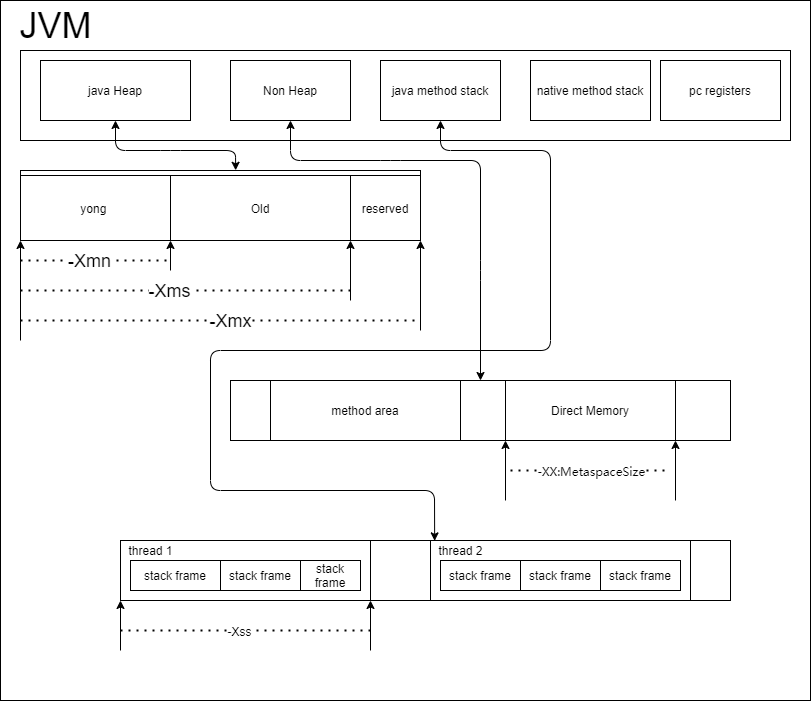
Above: Week_01/image/JVM_parameter.png in 019caoyu/JAVA-01 (draw.io), before the change. Source tidied: cells renumbered, new cells last; positions are measured from the earlier drawing's top-left corner, leaving out a move shared by most shapes. Its diagram source:
```xml
<mxGraphModel>
  <root>
    <mxCell id="0" />
    <mxCell id="1" parent="0" />
    <mxCell id="2" style="rounded=0;whiteSpace=wrap;html=1;" parent="1" vertex="1">
      <mxGeometry x="10" y="110" width="300" height="120" as="geometry" />
    </mxCell>
    <mxCell id="3" style="rounded=0;whiteSpace=wrap;html=1;" parent="1" vertex="1">
      <mxGeometry x="10" y="120" width="310" height="120" as="geometry" />
    </mxCell>
    <mxCell id="4" style="rounded=0;whiteSpace=wrap;html=1;" parent="1" vertex="1">
      <mxGeometry width="810" height="700" as="geometry" />
    </mxCell>
    <mxCell id="5" value="&lt;font style=&quot;font-size: 36px&quot;&gt;JVM&lt;/font&gt;" style="text;html=1;align=center;verticalAlign=middle;fillColor=none;strokeColor=none;rounded=0;" parent="1" vertex="1">
      <mxGeometry x="10" y="10" width="90" height="30" as="geometry" />
    </mxCell>
    <mxCell id="6" style="rounded=0;whiteSpace=wrap;html=1;" parent="1" vertex="1">
      <mxGeometry x="20" y="50" width="770" height="90" as="geometry" />
    </mxCell>
    <mxCell id="7" value="java Heap" style="rounded=0;whiteSpace=wrap;html=1;" parent="1" vertex="1">
      <mxGeometry x="40" y="60" width="150" height="60" as="geometry" />
    </mxCell>
    <mxCell id="8" value="Non Heap" style="rounded=0;whiteSpace=wrap;html=1;" parent="1" vertex="1">
      <mxGeometry x="230" y="60" width="120" height="60" as="geometry" />
    </mxCell>
    <mxCell id="9" value="java method stack" style="rounded=0;whiteSpace=wrap;html=1;" parent="1" vertex="1">
      <mxGeometry x="380" y="60" width="120" height="60" as="geometry" />
    </mxCell>
    <mxCell id="10" value="native method stack" style="rounded=0;whiteSpace=wrap;html=1;" parent="1" vertex="1">
      <mxGeometry x="530" y="60" width="120" height="60" as="geometry" />
    </mxCell>
    <mxCell id="11" value="pc registers" style="rounded=0;whiteSpace=wrap;html=1;" parent="1" vertex="1">
      <mxGeometry x="660" y="60" width="120" height="60" as="geometry" />
    </mxCell>
    <mxCell id="12" style="rounded=0;whiteSpace=wrap;html=1;" parent="1" vertex="1">
      <mxGeometry x="20" y="170" width="400" height="70" as="geometry" />
    </mxCell>
    <mxCell id="13" value="yong&amp;nbsp;" style="rounded=0;whiteSpace=wrap;html=1;" parent="1" vertex="1">
      <mxGeometry x="20" y="175" width="150" height="65" as="geometry" />
    </mxCell>
    <mxCell id="14" value="Old" style="rounded=0;whiteSpace=wrap;html=1;" parent="1" vertex="1">
      <mxGeometry x="170" y="175" width="180" height="65" as="geometry" />
    </mxCell>
    <mxCell id="15" style="endArrow=none;dashed=1;html=1;dashPattern=1 3;strokeWidth=2;" parent="1" edge="1">
      <mxGeometry relative="1" as="geometry">
        <mxPoint x="20" y="320" as="sourcePoint" />
        <mxPoint x="420" y="320" as="targetPoint" />
      </mxGeometry>
    </mxCell>
    <mxCell id="16" value="&lt;font style=&quot;font-size: 18px&quot;&gt;-Xmx&lt;/font&gt;" style="edgeLabel;html=1;align=center;verticalAlign=middle;" parent="15" vertex="1">
      <mxGeometry x="-0.14" y="-1" relative="1" as="geometry">
        <mxPoint x="38.7" y="-1" as="offset" />
      </mxGeometry>
    </mxCell>
    <mxCell id="17" style="endArrow=none;dashed=1;html=1;dashPattern=1 3;strokeWidth=2;" parent="1" edge="1">
      <mxGeometry relative="1" as="geometry">
        <mxPoint x="20" y="290" as="sourcePoint" />
        <mxPoint x="350" y="290" as="targetPoint" />
      </mxGeometry>
    </mxCell>
    <mxCell id="18" value="&lt;font style=&quot;font-size: 18px&quot;&gt;-Xms&lt;/font&gt;" style="edgeLabel;html=1;align=center;verticalAlign=middle;" parent="17" vertex="1">
      <mxGeometry x="-0.1" y="-3" relative="1" as="geometry">
        <mxPoint y="-3" as="offset" />
      </mxGeometry>
    </mxCell>
    <mxCell id="19" style="endArrow=none;dashed=1;html=1;dashPattern=1 3;strokeWidth=2;" parent="1" edge="1">
      <mxGeometry relative="1" as="geometry">
        <mxPoint x="20" y="260" as="sourcePoint" />
        <mxPoint x="170" y="260" as="targetPoint" />
      </mxGeometry>
    </mxCell>
    <mxCell id="20" value="&lt;font style=&quot;font-size: 18px&quot;&gt;-Xmn&lt;/font&gt;" style="edgeLabel;html=1;align=center;verticalAlign=middle;" parent="19" vertex="1">
      <mxGeometry x="-0.1" y="-3" relative="1" as="geometry">
        <mxPoint x="1" y="-3" as="offset" />
      </mxGeometry>
    </mxCell>
    <mxCell id="21" style="endArrow=classic;html=1;entryX=0;entryY=1;entryDx=0;entryDy=0;" parent="1" edge="1" target="12">
      <mxGeometry relative="1" as="geometry">
        <mxPoint x="20" y="340" as="sourcePoint" />
      </mxGeometry>
    </mxCell>
    <mxCell id="22" style="endArrow=classic;html=1;" parent="1" edge="1">
      <mxGeometry relative="1" as="geometry">
        <mxPoint x="420" y="330" as="sourcePoint" />
        <mxPoint x="420" y="240" as="targetPoint" />
      </mxGeometry>
    </mxCell>
    <mxCell id="23" style="endArrow=classic;html=1;" parent="1" edge="1">
      <mxGeometry relative="1" as="geometry">
        <mxPoint x="350" y="300" as="sourcePoint" />
        <mxPoint x="350" y="240" as="targetPoint" />
      </mxGeometry>
    </mxCell>
    <mxCell id="24" style="endArrow=classic;html=1;entryX=0;entryY=1;entryDx=0;entryDy=0;" parent="1" edge="1" target="14">
      <mxGeometry relative="1" as="geometry">
        <mxPoint x="170" y="270" as="sourcePoint" />
      </mxGeometry>
    </mxCell>
    <mxCell id="25" style="rounded=0;whiteSpace=wrap;html=1;" parent="1" vertex="1">
      <mxGeometry x="230" y="380" width="500" height="60" as="geometry" />
    </mxCell>
    <mxCell id="26" style="endArrow=classic;startArrow=classic;html=1;entryX=0.5;entryY=1;entryDx=0;entryDy=0;" parent="1" edge="1" target="8">
      <mxGeometry relative="1" as="geometry">
        <mxPoint x="480" y="380" as="sourcePoint" />
        <Array as="points">
          <mxPoint x="480" y="270" />
          <mxPoint x="480" y="160" />
          <mxPoint x="390" y="160" />
          <mxPoint x="290" y="160" />
        </Array>
      </mxGeometry>
    </mxCell>
    <mxCell id="27" style="endArrow=classic;startArrow=classic;html=1;entryX=0.5;entryY=1;entryDx=0;entryDy=0;exitX=0.362;exitY=-0.08;exitDx=0;exitDy=0;exitPerimeter=0;" parent="1" edge="1" source="14" target="7">
      <mxGeometry relative="1" as="geometry">
        <Array as="points">
          <mxPoint x="235" y="150" />
          <mxPoint x="170" y="150" />
          <mxPoint x="115" y="150" />
        </Array>
      </mxGeometry>
    </mxCell>
    <mxCell id="28" value="method area" style="rounded=0;whiteSpace=wrap;html=1;" parent="1" vertex="1">
      <mxGeometry x="270" y="380" width="190" height="60" as="geometry" />
    </mxCell>
    <mxCell id="29" value="Direct Memory" style="rounded=0;whiteSpace=wrap;html=1;" parent="1" vertex="1">
      <mxGeometry x="505" y="380" width="170" height="60" as="geometry" />
    </mxCell>
    <mxCell id="30" style="endArrow=classic;html=1;entryX=0;entryY=1;entryDx=0;entryDy=0;" parent="1" edge="1">
      <mxGeometry relative="1" as="geometry">
        <mxPoint x="505" y="500" as="sourcePoint" />
        <mxPoint x="505" y="440" as="targetPoint" />
      </mxGeometry>
    </mxCell>
    <mxCell id="31" style="endArrow=classic;html=1;entryX=0;entryY=1;entryDx=0;entryDy=0;" parent="1" edge="1">
      <mxGeometry relative="1" as="geometry">
        <mxPoint x="675" y="500" as="sourcePoint" />
        <mxPoint x="675" y="440" as="targetPoint" />
      </mxGeometry>
    </mxCell>
    <mxCell id="32" style="endArrow=none;dashed=1;html=1;dashPattern=1 3;strokeWidth=2;" parent="1" edge="1">
      <mxGeometry relative="1" as="geometry">
        <mxPoint x="510" y="470" as="sourcePoint" />
        <mxPoint x="670" y="470" as="targetPoint" />
      </mxGeometry>
    </mxCell>
    <mxCell id="33" value="&lt;font&gt;&lt;font style=&quot;font-size: 12px&quot;&gt;-&lt;span style=&quot;background-color: rgba(0 , 0 , 0 , 0) ; font-family: &amp;#34;microsoft yahei&amp;#34; , &amp;#34;stxihei&amp;#34; ; text-align: left&quot;&gt;XX:MetaspaceSize&lt;/span&gt;&lt;/font&gt;&lt;br&gt;&lt;/font&gt;" style="edgeLabel;html=1;align=center;verticalAlign=middle;" parent="32" vertex="1">
      <mxGeometry x="-0.14" y="-1" relative="1" as="geometry">
        <mxPoint x="11.3" y="-1" as="offset" />
      </mxGeometry>
    </mxCell>
    <mxCell id="34" style="rounded=0;whiteSpace=wrap;html=1;" parent="1" vertex="1">
      <mxGeometry x="120" y="540" width="610" height="60" as="geometry" />
    </mxCell>
    <mxCell id="35" style="endArrow=classic;startArrow=classic;html=1;exitX=0.515;exitY=0.006;exitDx=0;exitDy=0;exitPerimeter=0;" parent="1" edge="1" source="34">
      <mxGeometry relative="1" as="geometry">
        <mxPoint x="440" y="120" as="targetPoint" />
        <Array as="points">
          <mxPoint x="434" y="490" />
          <mxPoint x="210" y="490" />
          <mxPoint x="210" y="350" />
          <mxPoint x="550" y="350" />
          <mxPoint x="550" y="150" />
          <mxPoint x="440" y="150" />
          <mxPoint x="440" y="120" />
        </Array>
      </mxGeometry>
    </mxCell>
    <mxCell id="36" style="rounded=0;whiteSpace=wrap;html=1;" parent="1" vertex="1">
      <mxGeometry x="120" y="540" width="250" height="60" as="geometry" />
    </mxCell>
    <mxCell id="37" value="reserved" style="rounded=0;whiteSpace=wrap;html=1;" parent="1" vertex="1">
      <mxGeometry x="350" y="175" width="70" height="65" as="geometry" />
    </mxCell>
    <mxCell id="38" style="rounded=0;whiteSpace=wrap;html=1;" parent="1" vertex="1">
      <mxGeometry x="430" y="540" width="260" height="60" as="geometry" />
    </mxCell>
    <mxCell id="39" value="&lt;font style=&quot;font-size: 12px&quot;&gt;thread 1&lt;br&gt;&lt;/font&gt;" style="text;html=1;align=center;verticalAlign=middle;fillColor=none;strokeColor=none;rounded=0;" parent="1" vertex="1">
      <mxGeometry x="120" y="540" width="60" height="20" as="geometry" />
    </mxCell>
    <mxCell id="40" value="&lt;font style=&quot;font-size: 12px&quot;&gt;thread 2&lt;br&gt;&lt;/font&gt;" style="text;html=1;align=center;verticalAlign=middle;points=[];fillColor=none;strokeColor=none;rounded=0;" parent="1" vertex="1">
      <mxGeometry x="430" y="540" width="60" height="20" as="geometry" />
    </mxCell>
    <mxCell id="41" value="stack frame" style="rounded=0;whiteSpace=wrap;html=1;" parent="1" vertex="1">
      <mxGeometry x="130" y="560" width="90" height="30" as="geometry" />
    </mxCell>
    <mxCell id="42" value="stack frame" style="rounded=0;whiteSpace=wrap;html=1;" parent="1" vertex="1">
      <mxGeometry x="220" y="560" width="80" height="30" as="geometry" />
    </mxCell>
    <mxCell id="43" value="stack frame" style="rounded=0;whiteSpace=wrap;html=1;" parent="1" vertex="1">
      <mxGeometry x="300" y="560" width="60" height="30" as="geometry" />
    </mxCell>
    <mxCell id="44" value="stack frame" style="rounded=0;whiteSpace=wrap;html=1;" parent="1" vertex="1">
      <mxGeometry x="440" y="560" width="80" height="30" as="geometry" />
    </mxCell>
    <mxCell id="45" value="stack frame" style="rounded=0;whiteSpace=wrap;html=1;" parent="1" vertex="1">
      <mxGeometry x="520" y="560" width="80" height="30" as="geometry" />
    </mxCell>
    <mxCell id="46" value="stack frame" style="rounded=0;whiteSpace=wrap;html=1;" parent="1" vertex="1">
      <mxGeometry x="600" y="560" width="80" height="30" as="geometry" />
    </mxCell>
    <mxCell id="47" style="endArrow=classic;html=1;entryX=0;entryY=1;entryDx=0;entryDy=0;" parent="1" edge="1">
      <mxGeometry relative="1" as="geometry">
        <mxPoint x="120" y="650" as="sourcePoint" />
        <mxPoint x="120" y="600" as="targetPoint" />
      </mxGeometry>
    </mxCell>
    <mxCell id="48" style="endArrow=classic;html=1;entryX=0;entryY=1;entryDx=0;entryDy=0;" parent="1" edge="1">
      <mxGeometry relative="1" as="geometry">
        <mxPoint x="370" y="650" as="sourcePoint" />
        <mxPoint x="370" y="600" as="targetPoint" />
      </mxGeometry>
    </mxCell>
    <mxCell id="49" style="endArrow=none;dashed=1;html=1;dashPattern=1 3;strokeWidth=2;" parent="1" edge="1">
      <mxGeometry relative="1" as="geometry">
        <mxPoint x="120" y="630" as="sourcePoint" />
        <mxPoint x="370" y="630" as="targetPoint" />
      </mxGeometry>
    </mxCell>
    <mxCell id="50" value="&lt;font&gt;&lt;span style=&quot;font-size: 12px&quot;&gt;-Xss&lt;/span&gt;&lt;br&gt;&lt;/font&gt;" style="edgeLabel;html=1;align=center;verticalAlign=middle;" parent="49" vertex="1">
      <mxGeometry x="-0.14" y="-1" relative="1" as="geometry">
        <mxPoint x="11.3" y="-1" as="offset" />
      </mxGeometry>
    </mxCell>
  </root>
</mxGraphModel>
```
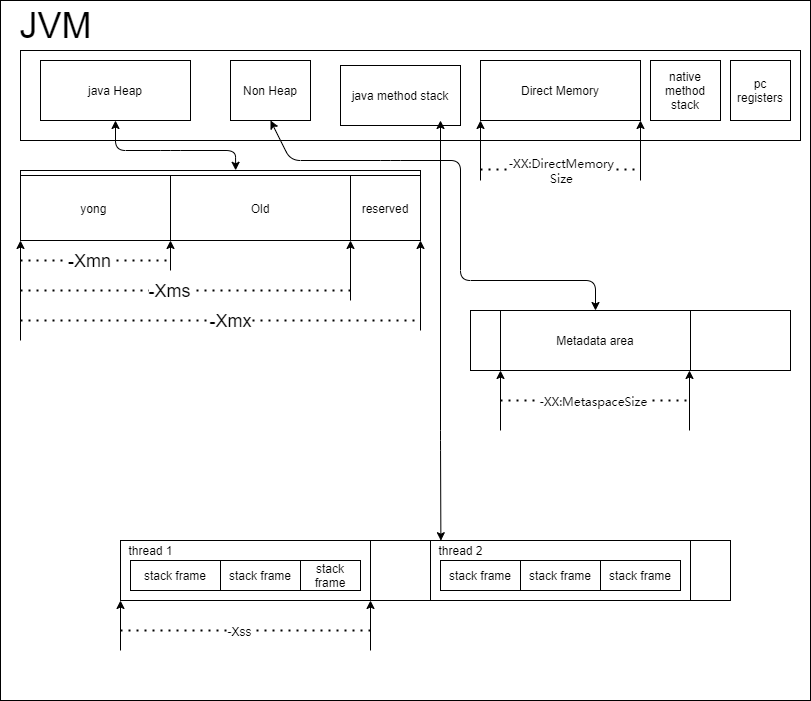
After the commit.

What changed in the source:
```diff
@@ -15,22 +15,22 @@
       <mxGeometry x="10" y="10" width="90" height="30" as="geometry" />
     </mxCell>
     <mxCell id="6" style="rounded=0;whiteSpace=wrap;html=1;" parent="1" vertex="1">
-      <mxGeometry x="20" y="50" width="770" height="90" as="geometry" />
+      <mxGeometry x="20" y="50" width="780" height="90" as="geometry" />
     </mxCell>
     <mxCell id="7" value="java Heap" style="rounded=0;whiteSpace=wrap;html=1;" parent="1" vertex="1">
       <mxGeometry x="40" y="60" width="150" height="60" as="geometry" />
     </mxCell>
     <mxCell id="8" value="Non Heap" style="rounded=0;whiteSpace=wrap;html=1;" parent="1" vertex="1">
-      <mxGeometry x="230" y="60" width="120" height="60" as="geometry" />
+      <mxGeometry x="230" y="60" width="80" height="60" as="geometry" />
     </mxCell>
     <mxCell id="9" value="java method stack" style="rounded=0;whiteSpace=wrap;html=1;" parent="1" vertex="1">
-      <mxGeometry x="380" y="60" width="120" height="60" as="geometry" />
+      <mxGeometry x="340" y="65" width="120" height="60" as="geometry" />
     </mxCell>
     <mxCell id="10" value="native method stack" style="rounded=0;whiteSpace=wrap;html=1;" parent="1" vertex="1">
-      <mxGeometry x="530" y="60" width="120" height="60" as="geometry" />
+      <mxGeometry x="650" y="60" width="70" height="60" as="geometry" />
     </mxCell>
     <mxCell id="11" value="pc registers" style="rounded=0;whiteSpace=wrap;html=1;" parent="1" vertex="1">
-      <mxGeometry x="660" y="60" width="120" height="60" as="geometry" />
+      <mxGeometry x="730" y="60" width="60" height="60" as="geometry" />
     </mxCell>
     <mxCell id="12" style="rounded=0;whiteSpace=wrap;html=1;" parent="1" vertex="1">
       <mxGeometry x="20" y="170" width="400" height="70" as="geometry" />
@@ -97,14 +97,14 @@
       </mxGeometry>
     </mxCell>
     <mxCell id="25" style="rounded=0;whiteSpace=wrap;html=1;" parent="1" vertex="1">
-      <mxGeometry x="230" y="380" width="500" height="60" as="geometry" />
+      <mxGeometry x="470" y="310" width="320" height="60" as="geometry" />
     </mxCell>
-    <mxCell id="26" style="endArrow=classic;startArrow=classic;html=1;entryX=0.5;entryY=1;entryDx=0;entryDy=0;" parent="1" edge="1" target="8">
+    <mxCell id="26" style="endArrow=classic;startArrow=classic;html=1;entryX=0.5;entryY=1;entryDx=0;entryDy=0;exitX=0.5;exitY=0;exitDx=0;exitDy=0;" parent="1" edge="1" source="28" target="8">
       <mxGeometry relative="1" as="geometry">
-        <mxPoint x="480" y="380" as="sourcePoint" />
         <Array as="points">
-          <mxPoint x="480" y="270" />
-          <mxPoint x="480" y="160" />
+          <mxPoint x="595" y="280" />
+          <mxPoint x="460" y="280" />
+          <mxPoint x="460" y="160" />
           <mxPoint x="390" y="160" />
           <mxPoint x="290" y="160" />
         </Array>
@@ -119,28 +119,28 @@
         </Array>
       </mxGeometry>
     </mxCell>
-    <mxCell id="28" value="method area" style="rounded=0;whiteSpace=wrap;html=1;" parent="1" vertex="1">
-      <mxGeometry x="270" y="380" width="190" height="60" as="geometry" />
+    <mxCell id="28" value="Metadata&amp;nbsp;area" style="rounded=0;whiteSpace=wrap;html=1;" parent="1" vertex="1">
+      <mxGeometry x="500" y="310" width="190" height="60" as="geometry" />
     </mxCell>
     <mxCell id="29" value="Direct Memory" style="rounded=0;whiteSpace=wrap;html=1;" parent="1" vertex="1">
-      <mxGeometry x="505" y="380" width="170" height="60" as="geometry" />
+      <mxGeometry x="480" y="60" width="160" height="60" as="geometry" />
     </mxCell>
     <mxCell id="30" style="endArrow=classic;html=1;entryX=0;entryY=1;entryDx=0;entryDy=0;" parent="1" edge="1">
       <mxGeometry relative="1" as="geometry">
-        <mxPoint x="505" y="500" as="sourcePoint" />
-        <mxPoint x="505" y="440" as="targetPoint" />
+        <mxPoint x="500" y="430" as="sourcePoint" />
+        <mxPoint x="500" y="370" as="targetPoint" />
       </mxGeometry>
     </mxCell>
     <mxCell id="31" style="endArrow=classic;html=1;entryX=0;entryY=1;entryDx=0;entryDy=0;" parent="1" edge="1">
       <mxGeometry relative="1" as="geometry">
-        <mxPoint x="675" y="500" as="sourcePoint" />
-        <mxPoint x="675" y="440" as="targetPoint" />
+        <mxPoint x="689" y="430" as="sourcePoint" />
+        <mxPoint x="689" y="370" as="targetPoint" />
       </mxGeometry>
     </mxCell>
     <mxCell id="32" style="endArrow=none;dashed=1;html=1;dashPattern=1 3;strokeWidth=2;" parent="1" edge="1">
       <mxGeometry relative="1" as="geometry">
-        <mxPoint x="510" y="470" as="sourcePoint" />
-        <mxPoint x="670" y="470" as="targetPoint" />
+        <mxPoint x="500" y="400" as="sourcePoint" />
+        <mxPoint x="690" y="400" as="targetPoint" />
       </mxGeometry>
     </mxCell>
     <mxCell id="33" value="&lt;font&gt;&lt;font style=&quot;font-size: 12px&quot;&gt;-&lt;span style=&quot;background-color: rgba(0 , 0 , 0 , 0) ; font-family: &amp;#34;microsoft yahei&amp;#34; , &amp;#34;stxihei&amp;#34; ; text-align: left&quot;&gt;XX:MetaspaceSize&lt;/span&gt;&lt;/font&gt;&lt;br&gt;&lt;/font&gt;" style="edgeLabel;html=1;align=center;verticalAlign=middle;" parent="32" vertex="1">
@@ -151,16 +151,11 @@
     <mxCell id="34" style="rounded=0;whiteSpace=wrap;html=1;" parent="1" vertex="1">
       <mxGeometry x="120" y="540" width="610" height="60" as="geometry" />
     </mxCell>
-    <mxCell id="35" style="endArrow=classic;startArrow=classic;html=1;exitX=0.515;exitY=0.006;exitDx=0;exitDy=0;exitPerimeter=0;" parent="1" edge="1" source="34">
+    <mxCell id="35" style="endArrow=classic;startArrow=classic;html=1;exitX=0.173;exitY=0.01;exitDx=0;exitDy=0;exitPerimeter=0;" parent="1" edge="1" source="40">
       <mxGeometry relative="1" as="geometry">
         <mxPoint x="440" y="120" as="targetPoint" />
         <Array as="points">
-          <mxPoint x="434" y="490" />
-          <mxPoint x="210" y="490" />
-          <mxPoint x="210" y="350" />
-          <mxPoint x="550" y="350" />
-          <mxPoint x="550" y="150" />
-          <mxPoint x="440" y="150" />
+          <mxPoint x="440" y="440" />
           <mxPoint x="440" y="120" />
         </Array>
       </mxGeometry>
@@ -221,5 +216,28 @@
         <mxPoint x="11.3" y="-1" as="offset" />
       </mxGeometry>
     </mxCell>
+    <mxCell id="51" style="endArrow=none;dashed=1;html=1;dashPattern=1 3;strokeWidth=2;" parent="1" edge="1">
+      <mxGeometry relative="1" as="geometry">
+        <mxPoint x="480" y="169" as="sourcePoint" />
+        <mxPoint x="640" y="169" as="targetPoint" />
+      </mxGeometry>
+    </mxCell>
+    <mxCell id="52" value="&lt;font&gt;&lt;font style=&quot;font-size: 12px&quot;&gt;-&lt;span style=&quot;background-color: rgba(0 , 0 , 0 , 0) ; font-family: &amp;#34;microsoft yahei&amp;#34; , &amp;#34;stxihei&amp;#34; ; text-align: left&quot;&gt;XX:DirectMemory&lt;br&gt;Size&lt;/span&gt;&lt;/font&gt;&lt;br&gt;&lt;/font&gt;" style="edgeLabel;html=1;align=center;verticalAlign=middle;" parent="51" vertex="1">
+      <mxGeometry x="-0.14" y="-1" relative="1" as="geometry">
+        <mxPoint x="11.3" y="-1" as="offset" />
+      </mxGeometry>
+    </mxCell>
+    <mxCell id="53" style="endArrow=classic;html=1;entryX=0;entryY=1;entryDx=0;entryDy=0;" parent="1" edge="1">
+      <mxGeometry relative="1" as="geometry">
+        <mxPoint x="480" y="180" as="sourcePoint" />
+        <mxPoint x="480" y="120" as="targetPoint" />
+      </mxGeometry>
+    </mxCell>
+    <mxCell id="54" style="endArrow=classic;html=1;entryX=0;entryY=1;entryDx=0;entryDy=0;" parent="1" edge="1">
+      <mxGeometry relative="1" as="geometry">
+        <mxPoint x="640" y="180" as="sourcePoint" />
+        <mxPoint x="640" y="120" as="targetPoint" />
+      </mxGeometry>
+    </mxCell>
   </root>
 </mxGraphModel>
```
